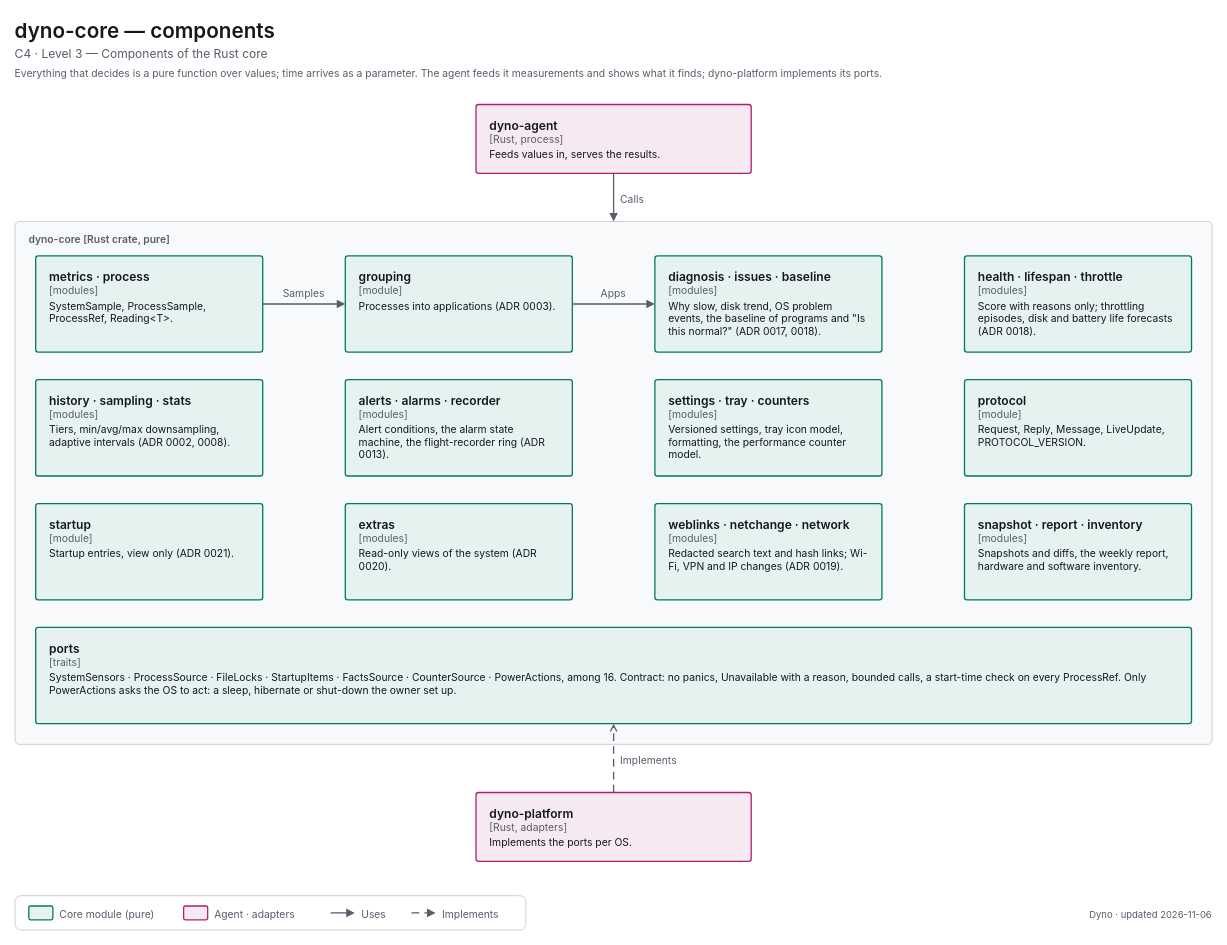
This is apps/dyno/diagrams/c4-3-components-core.drawio from decryp7/paddock, a draw.io file, before an edit. Source tidied: cells renumbered, new cells numbered last; positions are measured from the earlier drawing's top-left corner, leaving out a move shared by most shapes. Both pictures are drawn from the tidied source at 86%, with x=0, y=0 at pixel (15, 15).
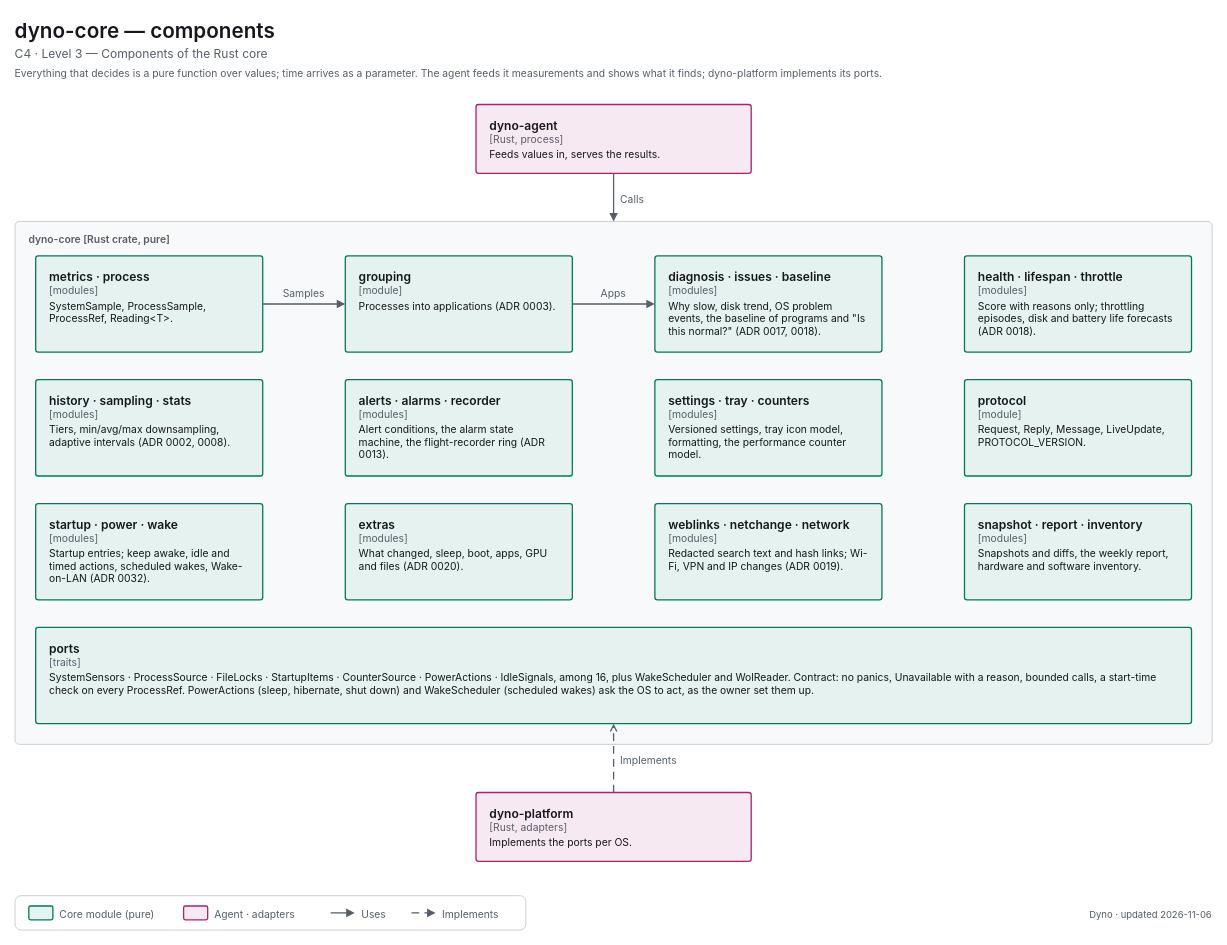
After the change.

What changed in the source:
```diff
@@
-    <mxCell id="15" value="&lt;span style=&quot;font-size:14px;font-weight:600&quot;&gt;startup&lt;/span&gt;&lt;br&gt;&lt;span style=&quot;font-size:12px;color:light-dark(#565E6B,#A0A7B2)&quot;&gt;[module]&lt;/span&gt;&lt;br&gt;&lt;div style=&quot;margin-top:4px;font-size:12px&quot;&gt;Startup entries, view only (ADR 0021).&lt;/div&gt;" style="html=1;whiteSpace=wrap;fontFamily=-apple-system,BlinkMacSystemFont,Segoe UI,system-ui,sans-serif;fontSize=12;fontColor=light-dark(#14171C,#ECEEF1);rounded=1;absoluteArcSize=1;arcSize=6;strokeWidth=1.5;strokeColor=light-dark(#007A5E,#2EC4A0);fillColor=light-dark(#E6F2EF,#193330);align=left;verticalAlign=top;spacingLeft=14;spacingRight=14;spacingTop=10;spacingBottom=8;" parent="1" vertex="1">
+    <mxCell id="15" value="&lt;span style=&quot;font-size:14px;font-weight:600&quot;&gt;startup · power · wake&lt;/span&gt;&lt;br&gt;&lt;span style=&quot;font-size:12px;color:light-dark(#565E6B,#A0A7B2)&quot;&gt;[modules]&lt;/span&gt;&lt;br&gt;&lt;div style=&quot;margin-top:4px;font-size:12px&quot;&gt;Startup entries; keep awake, idle and timed actions, scheduled wakes, Wake-on-LAN (ADR 0032).&lt;/div&gt;" style="html=1;whiteSpace=wrap;fontFamily=-apple-system,BlinkMacSystemFont,Segoe UI,system-ui,sans-serif;fontSize=12;fontColor=light-dark(#14171C,#ECEEF1);rounded=1;absoluteArcSize=1;arcSize=6;strokeWidth=1.5;strokeColor=light-dark(#007A5E,#2EC4A0);fillColor=light-dark(#E6F2EF,#193330);align=left;verticalAlign=top;spacingLeft=14;spacingRight=14;spacingTop=10;spacingBottom=8;" parent="1" vertex="1">
       <mxGeometry x="24" y="568" width="264" height="112" as="geometry" />
     </mxCell>
-    <mxCell id="16" value="&lt;span style=&quot;font-size:14px;font-weight:600&quot;&gt;extras&lt;/span&gt;&lt;br&gt;&lt;span style=&quot;font-size:12px;color:light-dark(#565E6B,#A0A7B2)&quot;&gt;[modules]&lt;/span&gt;&lt;br&gt;&lt;div style=&quot;margin-top:4px;font-size:12px&quot;&gt;Read-only views of the system (ADR 0020).&lt;/div&gt;" style="html=1;whiteSpace=wrap;fontFamily=-apple-system,BlinkMacSystemFont,Segoe UI,system-ui,sans-serif;fontSize=12;fontColor=light-dark(#14171C,#ECEEF1);rounded=1;absoluteArcSize=1;arcSize=6;strokeWidth=1.5;strokeColor=light-dark(#007A5E,#2EC4A0);fillColor=light-dark(#E6F2EF,#193330);align=left;verticalAlign=top;spacingLeft=14;spacingRight=14;spacingTop=10;spacingBottom=8;" parent="1" vertex="1">
+    <mxCell id="16" value="&lt;span style=&quot;font-size:14px;font-weight:600&quot;&gt;extras&lt;/span&gt;&lt;br&gt;&lt;span style=&quot;font-size:12px;color:light-dark(#565E6B,#A0A7B2)&quot;&gt;[modules]&lt;/span&gt;&lt;br&gt;&lt;div style=&quot;margin-top:4px;font-size:12px&quot;&gt;What changed, sleep, boot, apps, GPU and files (ADR 0020).&lt;/div&gt;" style="html=1;whiteSpace=wrap;fontFamily=-apple-system,BlinkMacSystemFont,Segoe UI,system-ui,sans-serif;fontSize=12;fontColor=light-dark(#14171C,#ECEEF1);rounded=1;absoluteArcSize=1;arcSize=6;strokeWidth=1.5;strokeColor=light-dark(#007A5E,#2EC4A0);fillColor=light-dark(#E6F2EF,#193330);align=left;verticalAlign=top;spacingLeft=14;spacingRight=14;spacingTop=10;spacingBottom=8;" parent="1" vertex="1">
       <mxGeometry x="384" y="568" width="264" height="112" as="geometry" />
     </mxCell>
@@
-    <mxCell id="19" value="&lt;span style=&quot;font-size:14px;font-weight:600&quot;&gt;ports&lt;/span&gt;&lt;br&gt;&lt;span style=&quot;font-size:12px;color:light-dark(#565E6B,#A0A7B2)&quot;&gt;[traits]&lt;/span&gt;&lt;br&gt;&lt;div style=&quot;margin-top:4px;font-size:12px&quot;&gt;SystemSensors · ProcessSource · FileLocks · StartupItems · FactsSource · CounterSource · PowerActions, among 16. Contract: no panics, Unavailable with a reason, bounded calls, a start-time check on every ProcessRef. Only PowerActions asks the OS to act: a sleep, hibernate or shut-down the owner set up.&lt;/div&gt;" style="html=1;whiteSpace=wrap;fontFamily=-apple-system,BlinkMacSystemFont,Segoe UI,system-ui,sans-serif;fontSize=12;fontColor=light-dark(#14171C,#ECEEF1);rounded=1;absoluteArcSize=1;arcSize=6;strokeWidth=1.5;strokeColor=light-dark(#007A5E,#2EC4A0);fillColor=light-dark(#E6F2EF,#193330);align=left;verticalAlign=top;spacingLeft=14;spacingRight=14;spacingTop=10;spacingBottom=8;" parent="1" vertex="1">
+    <mxCell id="19" value="&lt;span style=&quot;font-size:14px;font-weight:600&quot;&gt;ports&lt;/span&gt;&lt;br&gt;&lt;span style=&quot;font-size:12px;color:light-dark(#565E6B,#A0A7B2)&quot;&gt;[traits]&lt;/span&gt;&lt;br&gt;&lt;div style=&quot;margin-top:4px;font-size:12px&quot;&gt;SystemSensors · ProcessSource · FileLocks · StartupItems · CounterSource · PowerActions · IdleSignals, among 16, plus WakeScheduler and WolReader. Contract: no panics, Unavailable with a reason, bounded calls, a start-time check on every ProcessRef. PowerActions (sleep, hibernate, shut down) and WakeScheduler (scheduled wakes) ask the OS to act, as the owner set them up.&lt;/div&gt;" style="html=1;whiteSpace=wrap;fontFamily=-apple-system,BlinkMacSystemFont,Segoe UI,system-ui,sans-serif;fontSize=12;fontColor=light-dark(#14171C,#ECEEF1);rounded=1;absoluteArcSize=1;arcSize=6;strokeWidth=1.5;strokeColor=light-dark(#007A5E,#2EC4A0);fillColor=light-dark(#E6F2EF,#193330);align=left;verticalAlign=top;spacingLeft=14;spacingRight=14;spacingTop=10;spacingBottom=8;" parent="1" vertex="1">
       <mxGeometry x="24" y="712" width="1344" height="112" as="geometry" />
     </mxCell>
```
